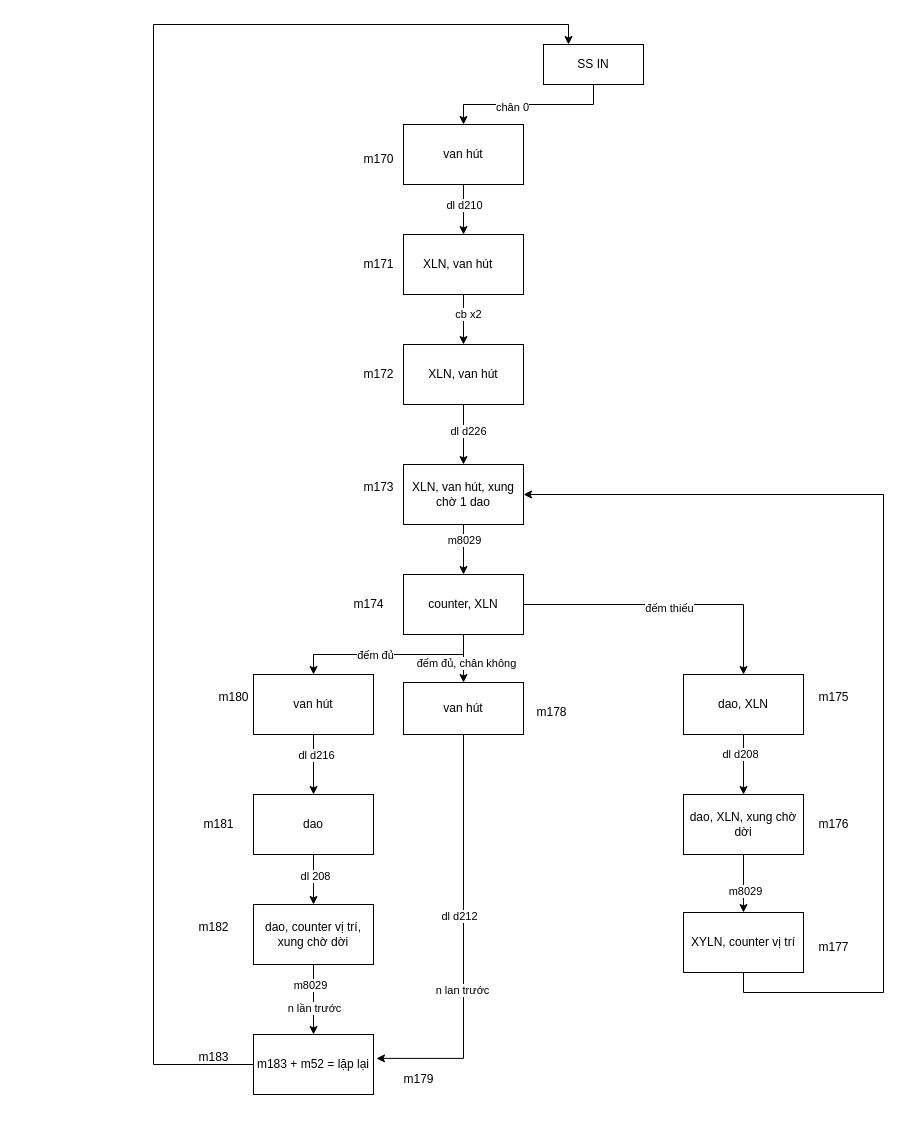
This is 1 dao.drawio from robowindgit/a0-quyencun, a draw.io file, before an edit. Source tidied: cells renumbered, new cells numbered last; positions are measured from the earlier drawing's top-left corner, leaving out a move shared by most shapes. Both pictures are drawn from the tidied source at 100%, with x=0, y=0 at pixel (153, 24).
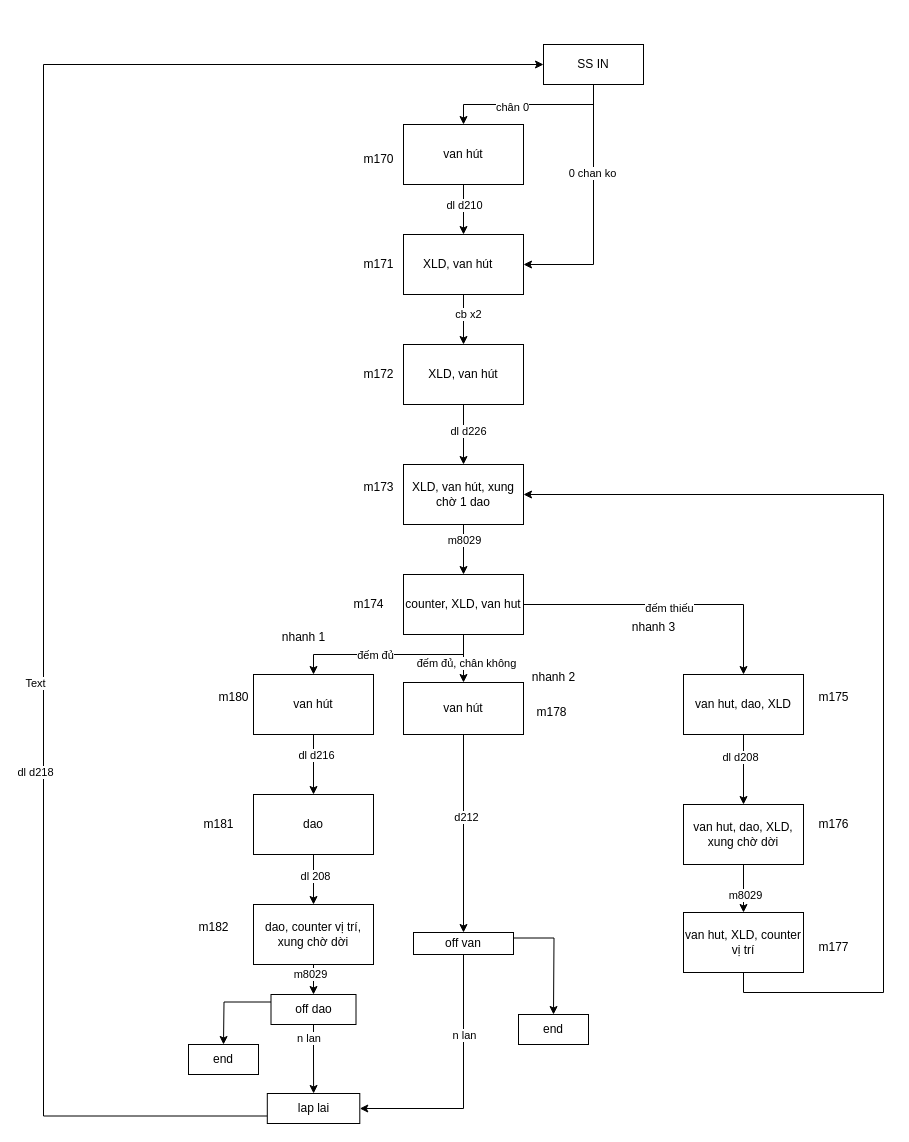
After the change.

Commit message:
Cập nhật 1 dao.drawio

Unchanged cells that the change refers to:
```xml
<mxCell id="4" value="SS IN" style="whiteSpace=wrap;html=1;" parent="1" vertex="1">
  <mxGeometry x="390" y="20" width="100" height="40" as="geometry" />
</mxCell>
<mxCell id="37" style="edgeStyle=orthogonalEdgeStyle;rounded=0;jettySize=auto;html=1;exitX=0.5;exitY=1;exitDx=0;exitDy=0;entryX=0.5;entryY=0;entryDx=0;entryDy=0;" parent="1" edge="1" source="40" target="43">
  <mxGeometry relative="1" as="geometry" />
</mxCell>
<mxCell id="48" value="van hút" style="whiteSpace=wrap;html=1;" parent="1" vertex="1">
  <mxGeometry x="250" y="658" width="120" height="52" as="geometry" />
</mxCell>
```

The edit, as a diff of the source:
```diff
@@
+    <mxCell id="62" style="edgeStyle=orthogonalEdgeStyle;rounded=0;jettySize=auto;html=1;exitX=0.5;exitY=1;exitDx=0;exitDy=0;entryX=1;entryY=0.5;entryDx=0;entryDy=0;" parent="1" edge="1" source="4" target="11">
+      <mxGeometry relative="1" as="geometry" />
+    </mxCell>
+    <mxCell id="63" value="0 chan ko" style="edgeLabel;html=1;align=center;verticalAlign=middle;" parent="62" vertex="1">
+      <mxGeometry x="-0.3" y="-2" relative="1" as="geometry" />
+    </mxCell>
@@
-    <mxCell id="11" value="XLN, van hút&lt;span style=&quot;white-space: pre;&quot;&gt;&#9;&lt;/span&gt;" style="whiteSpace=wrap;html=1;" parent="1" vertex="1">
+    <mxCell id="11" value="XLD, van hút&lt;span style=&quot;white-space: pre;&quot;&gt;&#9;&lt;/span&gt;" style="whiteSpace=wrap;html=1;" parent="1" vertex="1">
       <mxGeometry x="250" y="210" width="120" height="60" as="geometry" />
     </mxCell>
@@
-    <mxCell id="15" value="XLN, van hút" style="whiteSpace=wrap;html=1;" parent="1" vertex="1">
+    <mxCell id="15" value="XLD, van hút" style="whiteSpace=wrap;html=1;" parent="1" vertex="1">
       <mxGeometry x="250" y="320" width="120" height="60" as="geometry" />
     </mxCell>
@@
-    <mxCell id="19" value="XLN, van hút, xung chờ 1 dao" style="whiteSpace=wrap;html=1;" parent="1" vertex="1">
+    <mxCell id="19" value="XLD, van hút, xung chờ 1 dao" style="whiteSpace=wrap;html=1;" parent="1" vertex="1">
       <mxGeometry x="250" y="440" width="120" height="60" as="geometry" />
     </mxCell>
@@
-    <mxCell id="27" value="counter, XLN" style="whiteSpace=wrap;html=1;" parent="1" vertex="1">
+    <mxCell id="27" value="counter, XLD, van hut" style="whiteSpace=wrap;html=1;" parent="1" vertex="1">
       <mxGeometry x="250" y="550" width="120" height="60" as="geometry" />
     </mxCell>
@@
-    <mxCell id="39" value="n lần trước" style="edgeLabel;html=1;align=center;verticalAlign=middle;" parent="37" vertex="1">
-      <mxGeometry x="0.22" relative="1" as="geometry" />
-    </mxCell>
@@
-    <mxCell id="42" style="edgeStyle=orthogonalEdgeStyle;rounded=0;jettySize=auto;html=1;exitX=0;exitY=0.5;exitDx=0;exitDy=0;entryX=0.25;entryY=0;entryDx=0;entryDy=0;" parent="1" edge="1" source="43" target="4">
-      <mxGeometry relative="1" as="geometry">
-        <Array as="points">
-          <mxPoint y="1040" />
-          <mxPoint />
-          <mxPoint x="415" />
-        </Array>
-      </mxGeometry>
-    </mxCell>
+    <mxCell id="64" style="edgeStyle=orthogonalEdgeStyle;rounded=0;jettySize=auto;html=1;exitX=0.5;exitY=1;exitDx=0;exitDy=0;" parent="1" edge="1" source="43" target="79">
+      <mxGeometry relative="1" as="geometry" />
+    </mxCell>
+    <mxCell id="65" value="n lan&amp;nbsp;" style="edgeLabel;html=1;align=center;verticalAlign=middle;" parent="64" vertex="1">
+      <mxGeometry x="-0.61" y="-4" relative="1" as="geometry" />
+    </mxCell>
+    <mxCell id="66" style="edgeStyle=orthogonalEdgeStyle;rounded=0;jettySize=auto;html=1;exitX=0;exitY=0.25;exitDx=0;exitDy=0;" parent="1" edge="1" source="43">
+      <mxGeometry relative="1" as="geometry">
+        <mxPoint x="70" y="1020" as="targetPoint" />
+      </mxGeometry>
+    </mxCell>
-    <mxCell id="43" value="m183 + m52 = lặp lại" style="whiteSpace=wrap;html=1;" parent="1" vertex="1">
-      <mxGeometry x="100" y="1010" width="120" height="60" as="geometry" />
+    <mxCell id="43" value="off dao" style="whiteSpace=wrap;html=1;" parent="1" vertex="1">
+      <mxGeometry x="117.5" y="970" width="85" height="30" as="geometry" />
     </mxCell>
-    <mxCell id="44" value="m183" style="text;html=1;align=center;verticalAlign=middle;strokeColor=none;fillColor=none;glass=1;" parent="1" vertex="1">
-      <mxGeometry x="35" y="1018" width="50" height="30" as="geometry" />
-    </mxCell>
-    <mxCell id="45" style="edgeStyle=orthogonalEdgeStyle;rounded=0;jettySize=auto;html=1;exitX=0.5;exitY=1;exitDx=0;exitDy=0;entryX=1.025;entryY=0.398;entryDx=0;entryDy=0;entryPerimeter=0;" parent="1" edge="1" source="48" target="43">
-      <mxGeometry relative="1" as="geometry">
-        <Array as="points">
-          <mxPoint x="310" y="1034" />
-        </Array>
-      </mxGeometry>
-    </mxCell>
-    <mxCell id="46" value="dl d212" style="edgeLabel;html=1;align=center;verticalAlign=middle;" parent="45" vertex="1">
-      <mxGeometry x="-0.12" y="-5" relative="1" as="geometry" />
-    </mxCell>
-    <mxCell id="47" value="n lan trước" style="edgeLabel;html=1;align=center;verticalAlign=middle;" parent="45" vertex="1">
-      <mxGeometry x="0.24" y="-2" relative="1" as="geometry" />
-    </mxCell>
+    <mxCell id="67" style="edgeStyle=orthogonalEdgeStyle;rounded=0;jettySize=auto;html=1;exitX=0.5;exitY=1;exitDx=0;exitDy=0;" parent="1" edge="1" source="48" target="75">
+      <mxGeometry relative="1" as="geometry" />
+    </mxCell>
+    <mxCell id="68" value="d212" style="edgeLabel;html=1;align=center;verticalAlign=middle;" parent="67" vertex="1">
+      <mxGeometry x="-0.17" y="2" relative="1" as="geometry" />
+    </mxCell>
@@
-    <mxCell id="50" value="m179" style="text;html=1;align=center;verticalAlign=middle;strokeColor=none;fillColor=none;" parent="1" vertex="1">
-      <mxGeometry x="240" y="1040" width="50" height="30" as="geometry" />
-    </mxCell>
@@
-    <mxCell id="53" value="dao, XLN" style="whiteSpace=wrap;html=1;" parent="1" vertex="1">
+    <mxCell id="53" value="van hut, dao, XLD" style="whiteSpace=wrap;html=1;" parent="1" vertex="1">
       <mxGeometry x="530" y="650" width="120" height="60" as="geometry" />
     </mxCell>
@@
-    <mxCell id="57" value="dao, XLN, xung chờ dời" style="whiteSpace=wrap;html=1;" parent="1" vertex="1">
-      <mxGeometry x="530" y="770" width="120" height="60" as="geometry" />
+    <mxCell id="57" value="van hut, dao, XLD, xung chờ dời" style="whiteSpace=wrap;html=1;" parent="1" vertex="1">
+      <mxGeometry x="530" y="780" width="120" height="60" as="geometry" />
     </mxCell>
@@
-    <mxCell id="60" value="XYLN, counter vị trí" style="whiteSpace=wrap;html=1;" parent="1" vertex="1">
+    <mxCell id="60" value="van hut, XLD, counter vị trí" style="whiteSpace=wrap;html=1;" parent="1" vertex="1">
       <mxGeometry x="530" y="888" width="120" height="60" as="geometry" />
     </mxCell>
@@
+    <mxCell id="69" value="nhanh 3" style="text;html=1;align=center;verticalAlign=middle;strokeColor=none;fillColor=none;" parent="1" vertex="1">
+      <mxGeometry x="465" y="588" width="70" height="30" as="geometry" />
+    </mxCell>
+    <mxCell id="70" value="nhanh 2" style="text;html=1;align=center;verticalAlign=middle;strokeColor=none;fillColor=none;" parent="1" vertex="1">
+      <mxGeometry x="365" y="638" width="70" height="30" as="geometry" />
+    </mxCell>
+    <mxCell id="71" value="nhanh 1" style="text;html=1;align=center;verticalAlign=middle;strokeColor=none;fillColor=none;" parent="1" vertex="1">
+      <mxGeometry x="115" y="598" width="70" height="30" as="geometry" />
+    </mxCell>
+    <mxCell id="72" style="edgeStyle=orthogonalEdgeStyle;rounded=0;jettySize=auto;html=1;exitX=0.5;exitY=1;exitDx=0;exitDy=0;entryX=1;entryY=0.5;entryDx=0;entryDy=0;" parent="1" edge="1" source="75" target="79">
+      <mxGeometry relative="1" as="geometry" />
+    </mxCell>
+    <mxCell id="73" value="n lan" style="edgeLabel;html=1;align=center;verticalAlign=middle;" parent="72" vertex="1">
+      <mxGeometry x="-0.38" relative="1" as="geometry" />
+    </mxCell>
+    <mxCell id="74" style="edgeStyle=orthogonalEdgeStyle;rounded=0;jettySize=auto;html=1;exitX=1;exitY=0.25;exitDx=0;exitDy=0;" parent="1" edge="1" source="75">
+      <mxGeometry relative="1" as="geometry">
+        <mxPoint x="400" y="990" as="targetPoint" />
+      </mxGeometry>
+    </mxCell>
+    <mxCell id="75" value="off van" style="whiteSpace=wrap;html=1;" parent="1" vertex="1">
+      <mxGeometry x="260" y="908" width="100" height="22" as="geometry" />
+    </mxCell>
+    <mxCell id="76" style="edgeStyle=orthogonalEdgeStyle;rounded=0;jettySize=auto;html=1;exitX=0;exitY=0.75;exitDx=0;exitDy=0;entryX=0;entryY=0.5;entryDx=0;entryDy=0;" parent="1" edge="1" source="79" target="4">
+      <mxGeometry relative="1" as="geometry">
+        <Array as="points">
+          <mxPoint x="-110" y="1092" />
+          <mxPoint x="-110" y="40" />
+        </Array>
+      </mxGeometry>
+    </mxCell>
+    <mxCell id="77" value="Text" style="edgeLabel;html=1;align=center;verticalAlign=middle;" parent="76" vertex="1">
+      <mxGeometry x="-0.26" y="9" relative="1" as="geometry" />
+    </mxCell>
+    <mxCell id="78" value="dl d218&lt;br&gt;" style="edgeLabel;html=1;align=center;verticalAlign=middle;" parent="76" vertex="1">
+      <mxGeometry x="-0.36" y="9" relative="1" as="geometry" />
+    </mxCell>
+    <mxCell id="79" value="lap lai" style="whiteSpace=wrap;html=1;" parent="1" vertex="1">
+      <mxGeometry x="113.8" y="1069" width="92.5" height="30" as="geometry" />
+    </mxCell>
+    <mxCell id="80" value="end" style="whiteSpace=wrap;html=1;" parent="1" vertex="1">
+      <mxGeometry x="365" y="990" width="70" height="30" as="geometry" />
+    </mxCell>
+    <mxCell id="81" value="end" style="whiteSpace=wrap;html=1;" parent="1" vertex="1">
+      <mxGeometry x="35" y="1020" width="70" height="30" as="geometry" />
+    </mxCell>
```
